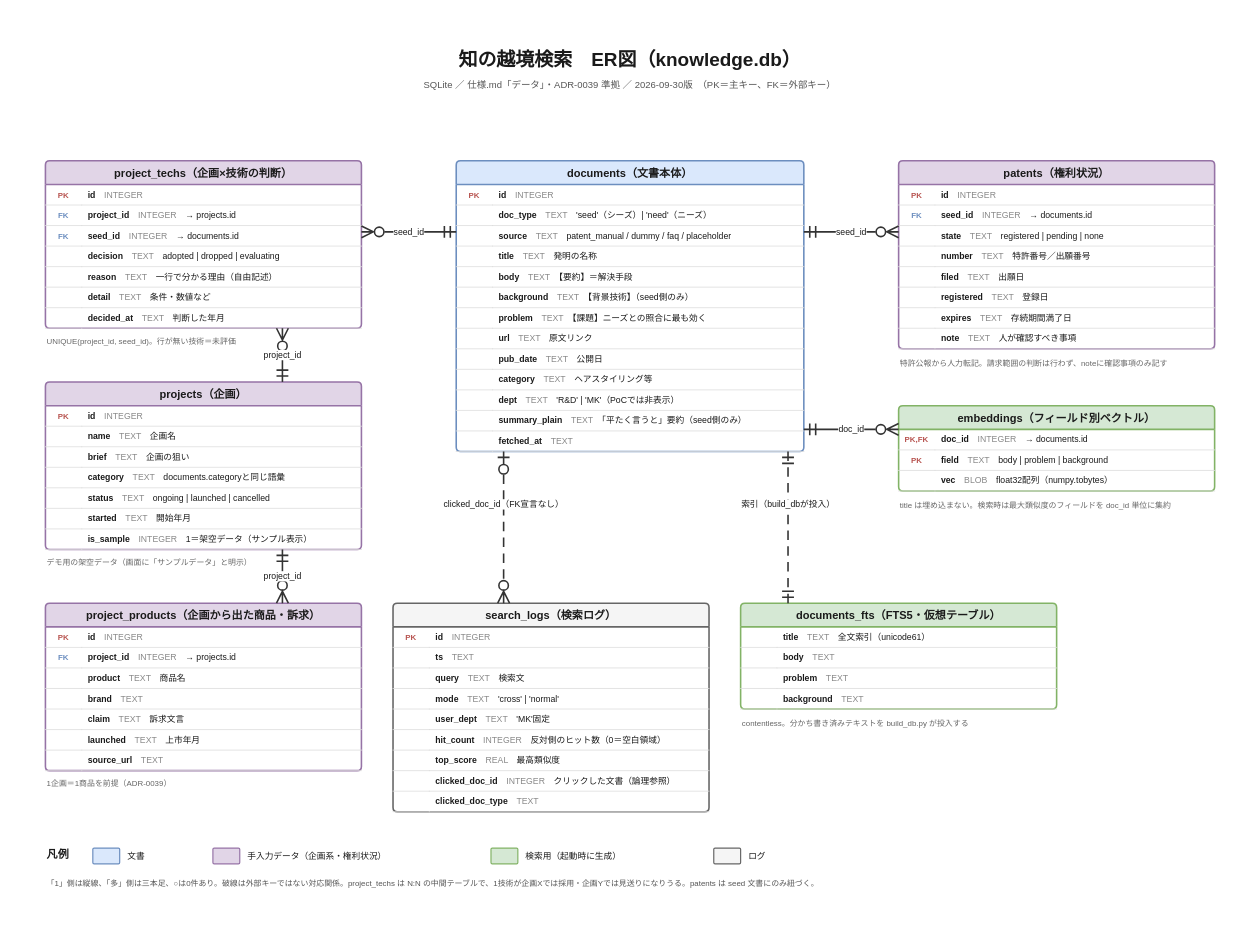
osamu-jake/GoodJoB keeps this draw.io diagram as docs/architecture/er.drawio. Above is the earlier version. Source tidied: cells renumbered, new cells numbered last; positions are measured from the earlier drawing's top-left corner, leaving out a move shared by most shapes. Both pictures are drawn from the tidied source at 79%, with x=0, y=0 at pixel (45, 45).
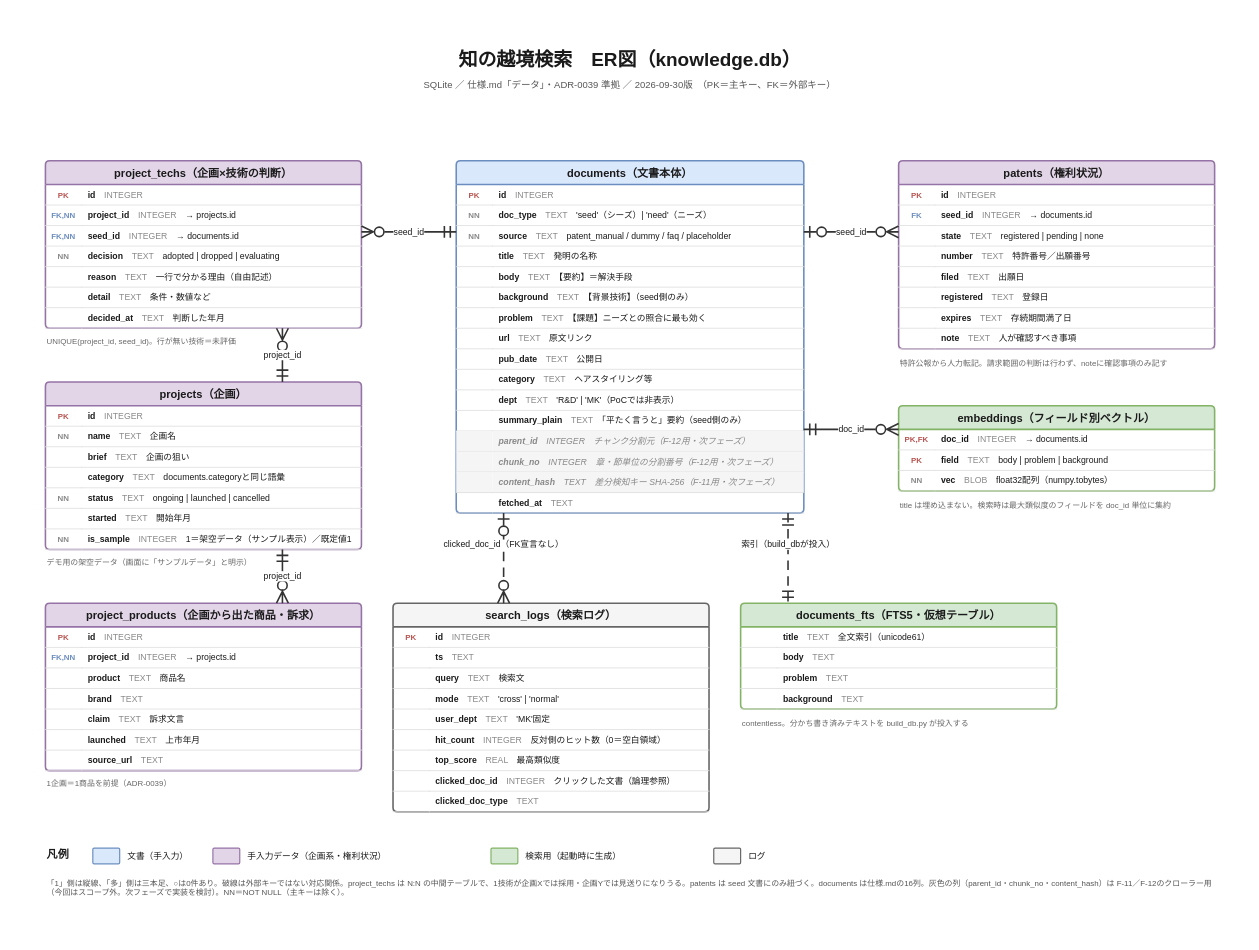
The same page after the edit.

Commit message (it also covers changes not shown here):
docs(infra): 構成図・ER図を「実装予定あり／今回スコープ外」の実線/破線に修正しレビュー指摘へ対応 (#11)

Unchanged cells that the change refers to:
```xml
<mxCell id="31" value="project_techs（企画×技術の判断）" style="swimlane;fontStyle=1;horizontal=1;startSize=30;fillColor=#E1D5E7;strokeColor=#9673A6;strokeWidth=2;fontFamily=Meiryo UI;fontSize=14;fontColor=#1A1A1A;swimlaneFillColor=#FFFFFF;rounded=1;arcSize=6;" parent="1" vertex="1">
  <mxGeometry y="146" width="400" height="212" as="geometry" />
</mxCell>
<mxCell id="46" value="projects（企画）" style="swimlane;fontStyle=1;horizontal=1;startSize=30;fillColor=#E1D5E7;strokeColor=#9673A6;strokeWidth=2;fontFamily=Meiryo UI;fontSize=14;fontColor=#1A1A1A;swimlaneFillColor=#FFFFFF;rounded=1;arcSize=6;" parent="1" vertex="1">
  <mxGeometry y="426" width="400" height="212" as="geometry" />
</mxCell>
<mxCell id="61" value="project_products（企画から出た商品・訴求）" style="swimlane;fontStyle=1;horizontal=1;startSize=30;fillColor=#E1D5E7;strokeColor=#9673A6;strokeWidth=2;fontFamily=Meiryo UI;fontSize=14;fontColor=#1A1A1A;swimlaneFillColor=#FFFFFF;rounded=1;arcSize=6;" parent="1" vertex="1">
  <mxGeometry y="706" width="400" height="212" as="geometry" />
</mxCell>
<mxCell id="76" value="patents（権利状況）" style="swimlane;fontStyle=1;horizontal=1;startSize=30;fillColor=#E1D5E7;strokeColor=#9673A6;strokeWidth=2;fontFamily=Meiryo UI;fontSize=14;fontColor=#1A1A1A;swimlaneFillColor=#FFFFFF;rounded=1;arcSize=6;" parent="1" vertex="1">
  <mxGeometry x="1080" y="146" width="400" height="238" as="geometry" />
</mxCell>
<mxCell id="93" value="embeddings（フィールド別ベクトル）" style="swimlane;fontStyle=1;horizontal=1;startSize=30;fillColor=#D5E8D4;strokeColor=#82B366;strokeWidth=2;fontFamily=Meiryo UI;fontSize=14;fontColor=#1A1A1A;swimlaneFillColor=#FFFFFF;rounded=1;arcSize=6;" parent="1" vertex="1">
  <mxGeometry x="1080" y="456" width="400" height="108" as="geometry" />
</mxCell>
```

The edit, as a diff of the source:
```diff
@@
+    <mxCell id="151" style="rounded=0;whiteSpace=wrap;html=1;fillColor=#FFFFFF;strokeColor=none;" parent="1" vertex="1">
+      <mxGeometry x="-40" y="-40" width="1560" height="1168" as="geometry" />
+    </mxCell>
@@
     <mxCell id="4" value="documents（文書本体）" style="swimlane;fontStyle=1;horizontal=1;startSize=30;fillColor=#DAE8FC;strokeColor=#6C8EBF;strokeWidth=2;fontFamily=Meiryo UI;fontSize=14;fontColor=#1A1A1A;swimlaneFillColor=#FFFFFF;rounded=1;arcSize=6;" parent="1" vertex="1">
-      <mxGeometry x="520" y="146" width="440" height="368" as="geometry" />
+      <mxGeometry x="520" y="146" width="440" height="446" as="geometry" />
     </mxCell>
@@
-    <mxCell id="7" style="shape=partialRectangle;top=0;left=0;right=0;bottom=1;fillColor=none;strokeColor=#DDDDDD;align=center;verticalAlign=middle;fontFamily=Meiryo UI;fontSize=10;fontStyle=1;fontColor=#888888;" parent="4" vertex="1">
+    <mxCell id="7" value="NN" style="shape=partialRectangle;top=0;left=0;right=0;bottom=1;fillColor=none;strokeColor=#DDDDDD;align=center;verticalAlign=middle;fontFamily=Meiryo UI;fontSize=10;fontStyle=1;fontColor=#888888;" parent="4" vertex="1">
       <mxGeometry y="56" width="46" height="26" as="geometry" />
     </mxCell>
@@
-    <mxCell id="9" style="shape=partialRectangle;top=0;left=0;right=0;bottom=1;fillColor=none;strokeColor=#DDDDDD;align=center;verticalAlign=middle;fontFamily=Meiryo UI;fontSize=10;fontStyle=1;fontColor=#888888;" parent="4" vertex="1">
+    <mxCell id="9" value="NN" style="shape=partialRectangle;top=0;left=0;right=0;bottom=1;fillColor=none;strokeColor=#DDDDDD;align=center;verticalAlign=middle;fontFamily=Meiryo UI;fontSize=10;fontStyle=1;fontColor=#888888;" parent="4" vertex="1">
       <mxGeometry y="82" width="46" height="26" as="geometry" />
     </mxCell>
@@
+    <mxCell id="152" style="shape=partialRectangle;top=0;left=0;right=0;bottom=1;fillColor=#F5F5F5;strokeColor=#DDDDDD;align=center;verticalAlign=middle;fontFamily=Meiryo UI;fontSize=10;fontStyle=1;fontColor=#888888;" parent="4" vertex="1">
+      <mxGeometry y="342" width="46" height="26" as="geometry" />
+    </mxCell>
+    <mxCell id="153" value="&lt;b&gt;parent_id&lt;/b&gt;　&lt;span style=&quot;color:#888888&quot;&gt;INTEGER&lt;/span&gt;　チャンク分割元（F-12用・次フェーズ）" style="shape=partialRectangle;top=0;left=0;right=0;bottom=1;fillColor=#F5F5F5;strokeColor=#DDDDDD;align=left;verticalAlign=middle;spacingLeft=6;html=1;whiteSpace=wrap;fontFamily=Meiryo UI;fontSize=11;fontStyle=2;fontColor=#888888;" parent="4" vertex="1">
+      <mxGeometry x="46" y="342" width="394" height="26" as="geometry" />
+    </mxCell>
+    <mxCell id="154" style="shape=partialRectangle;top=0;left=0;right=0;bottom=1;fillColor=#F5F5F5;strokeColor=#DDDDDD;align=center;verticalAlign=middle;fontFamily=Meiryo UI;fontSize=10;fontStyle=1;fontColor=#888888;" parent="4" vertex="1">
+      <mxGeometry y="368" width="46" height="26" as="geometry" />
+    </mxCell>
+    <mxCell id="155" value="&lt;b&gt;chunk_no&lt;/b&gt;　&lt;span style=&quot;color:#888888&quot;&gt;INTEGER&lt;/span&gt;　章・節単位の分割番号（F-12用・次フェーズ）" style="shape=partialRectangle;top=0;left=0;right=0;bottom=1;fillColor=#F5F5F5;strokeColor=#DDDDDD;align=left;verticalAlign=middle;spacingLeft=6;html=1;whiteSpace=wrap;fontFamily=Meiryo UI;fontSize=11;fontStyle=2;fontColor=#888888;" parent="4" vertex="1">
+      <mxGeometry x="46" y="368" width="394" height="26" as="geometry" />
+    </mxCell>
+    <mxCell id="156" style="shape=partialRectangle;top=0;left=0;right=0;bottom=1;fillColor=#F5F5F5;strokeColor=#DDDDDD;align=center;verticalAlign=middle;fontFamily=Meiryo UI;fontSize=10;fontStyle=1;fontColor=#888888;" parent="4" vertex="1">
+      <mxGeometry y="394" width="46" height="26" as="geometry" />
+    </mxCell>
+    <mxCell id="157" value="&lt;b&gt;content_hash&lt;/b&gt;　&lt;span style=&quot;color:#888888&quot;&gt;TEXT&lt;/span&gt;　差分検知キー SHA-256（F-11用・次フェーズ）" style="shape=partialRectangle;top=0;left=0;right=0;bottom=1;fillColor=#F5F5F5;strokeColor=#DDDDDD;align=left;verticalAlign=middle;spacingLeft=6;html=1;whiteSpace=wrap;fontFamily=Meiryo UI;fontSize=11;fontStyle=2;fontColor=#888888;" parent="4" vertex="1">
+      <mxGeometry x="46" y="394" width="394" height="26" as="geometry" />
+    </mxCell>
     <mxCell id="29" style="shape=partialRectangle;top=0;left=0;right=0;bottom=1;fillColor=none;strokeColor=#DDDDDD;align=center;verticalAlign=middle;fontFamily=Meiryo UI;fontSize=10;fontStyle=1;fontColor=#888888;" parent="4" vertex="1">
-      <mxGeometry y="342" width="46" height="26" as="geometry" />
+      <mxGeometry y="420" width="46" height="26" as="geometry" />
     </mxCell>
     <mxCell id="30" value="&lt;b&gt;fetched_at&lt;/b&gt;　&lt;span style=&quot;color:#888888&quot;&gt;TEXT&lt;/span&gt;" style="shape=partialRectangle;top=0;left=0;right=0;bottom=1;fillColor=none;strokeColor=#DDDDDD;align=left;verticalAlign=middle;spacingLeft=6;html=1;whiteSpace=wrap;fontFamily=Meiryo UI;fontSize=11;fontColor=#1A1A1A;" parent="4" vertex="1">
-      <mxGeometry x="46" y="342" width="394" height="26" as="geometry" />
+      <mxGeometry x="46" y="420" width="394" height="26" as="geometry" />
     </mxCell>
@@
-    <mxCell id="34" value="FK" style="shape=partialRectangle;top=0;left=0;right=0;bottom=1;fillColor=none;strokeColor=#DDDDDD;align=center;verticalAlign=middle;fontFamily=Meiryo UI;fontSize=10;fontStyle=1;fontColor=#6C8EBF;" parent="31" vertex="1">
+    <mxCell id="34" value="FK,NN" style="shape=partialRectangle;top=0;left=0;right=0;bottom=1;fillColor=none;strokeColor=#DDDDDD;align=center;verticalAlign=middle;fontFamily=Meiryo UI;fontSize=10;fontStyle=1;fontColor=#6C8EBF;" parent="31" vertex="1">
       <mxGeometry y="56" width="46" height="26" as="geometry" />
     </mxCell>
@@
-    <mxCell id="36" value="FK" style="shape=partialRectangle;top=0;left=0;right=0;bottom=1;fillColor=none;strokeColor=#DDDDDD;align=center;verticalAlign=middle;fontFamily=Meiryo UI;fontSize=10;fontStyle=1;fontColor=#6C8EBF;" parent="31" vertex="1">
+    <mxCell id="36" value="FK,NN" style="shape=partialRectangle;top=0;left=0;right=0;bottom=1;fillColor=none;strokeColor=#DDDDDD;align=center;verticalAlign=middle;fontFamily=Meiryo UI;fontSize=10;fontStyle=1;fontColor=#6C8EBF;" parent="31" vertex="1">
       <mxGeometry y="82" width="46" height="26" as="geometry" />
     </mxCell>
@@
-    <mxCell id="38" style="shape=partialRectangle;top=0;left=0;right=0;bottom=1;fillColor=none;strokeColor=#DDDDDD;align=center;verticalAlign=middle;fontFamily=Meiryo UI;fontSize=10;fontStyle=1;fontColor=#888888;" parent="31" vertex="1">
+    <mxCell id="38" value="NN" style="shape=partialRectangle;top=0;left=0;right=0;bottom=1;fillColor=none;strokeColor=#DDDDDD;align=center;verticalAlign=middle;fontFamily=Meiryo UI;fontSize=10;fontStyle=1;fontColor=#888888;" parent="31" vertex="1">
       <mxGeometry y="108" width="46" height="26" as="geometry" />
     </mxCell>
@@
-    <mxCell id="49" style="shape=partialRectangle;top=0;left=0;right=0;bottom=1;fillColor=none;strokeColor=#DDDDDD;align=center;verticalAlign=middle;fontFamily=Meiryo UI;fontSize=10;fontStyle=1;fontColor=#888888;" parent="46" vertex="1">
+    <mxCell id="49" value="NN" style="shape=partialRectangle;top=0;left=0;right=0;bottom=1;fillColor=none;strokeColor=#DDDDDD;align=center;verticalAlign=middle;fontFamily=Meiryo UI;fontSize=10;fontStyle=1;fontColor=#888888;" parent="46" vertex="1">
       <mxGeometry y="56" width="46" height="26" as="geometry" />
     </mxCell>
@@
-    <mxCell id="55" style="shape=partialRectangle;top=0;left=0;right=0;bottom=1;fillColor=none;strokeColor=#DDDDDD;align=center;verticalAlign=middle;fontFamily=Meiryo UI;fontSize=10;fontStyle=1;fontColor=#888888;" parent="46" vertex="1">
+    <mxCell id="55" value="NN" style="shape=partialRectangle;top=0;left=0;right=0;bottom=1;fillColor=none;strokeColor=#DDDDDD;align=center;verticalAlign=middle;fontFamily=Meiryo UI;fontSize=10;fontStyle=1;fontColor=#888888;" parent="46" vertex="1">
       <mxGeometry y="134" width="46" height="26" as="geometry" />
     </mxCell>
@@
-    <mxCell id="59" style="shape=partialRectangle;top=0;left=0;right=0;bottom=1;fillColor=none;strokeColor=#DDDDDD;align=center;verticalAlign=middle;fontFamily=Meiryo UI;fontSize=10;fontStyle=1;fontColor=#888888;" parent="46" vertex="1">
+    <mxCell id="59" value="NN" style="shape=partialRectangle;top=0;left=0;right=0;bottom=1;fillColor=none;strokeColor=#DDDDDD;align=center;verticalAlign=middle;fontFamily=Meiryo UI;fontSize=10;fontStyle=1;fontColor=#888888;" parent="46" vertex="1">
       <mxGeometry y="186" width="46" height="26" as="geometry" />
     </mxCell>
-    <mxCell id="60" value="&lt;b&gt;is_sample&lt;/b&gt;　&lt;span style=&quot;color:#888888&quot;&gt;INTEGER&lt;/span&gt;　1＝架空データ（サンプル表示）" style="shape=partialRectangle;top=0;left=0;right=0;bottom=1;fillColor=none;strokeColor=#DDDDDD;align=left;verticalAlign=middle;spacingLeft=6;html=1;whiteSpace=wrap;fontFamily=Meiryo UI;fontSize=11;fontColor=#1A1A1A;" parent="46" vertex="1">
+    <mxCell id="60" value="&lt;b&gt;is_sample&lt;/b&gt;　&lt;span style=&quot;color:#888888&quot;&gt;INTEGER&lt;/span&gt;　1＝架空データ（サンプル表示）／既定値1" style="shape=partialRectangle;top=0;left=0;right=0;bottom=1;fillColor=none;strokeColor=#DDDDDD;align=left;verticalAlign=middle;spacingLeft=6;html=1;whiteSpace=wrap;fontFamily=Meiryo UI;fontSize=11;fontColor=#1A1A1A;" parent="46" vertex="1">
       <mxGeometry x="46" y="186" width="354" height="26" as="geometry" />
     </mxCell>
@@
-    <mxCell id="64" value="FK" style="shape=partialRectangle;top=0;left=0;right=0;bottom=1;fillColor=none;strokeColor=#DDDDDD;align=center;verticalAlign=middle;fontFamily=Meiryo UI;fontSize=10;fontStyle=1;fontColor=#6C8EBF;" parent="61" vertex="1">
+    <mxCell id="64" value="FK,NN" style="shape=partialRectangle;top=0;left=0;right=0;bottom=1;fillColor=none;strokeColor=#DDDDDD;align=center;verticalAlign=middle;fontFamily=Meiryo UI;fontSize=10;fontStyle=1;fontColor=#6C8EBF;" parent="61" vertex="1">
       <mxGeometry y="56" width="46" height="26" as="geometry" />
     </mxCell>
@@
-    <mxCell id="98" style="shape=partialRectangle;top=0;left=0;right=0;bottom=1;fillColor=none;strokeColor=#DDDDDD;align=center;verticalAlign=middle;fontFamily=Meiryo UI;fontSize=10;fontStyle=1;fontColor=#888888;" parent="93" vertex="1">
+    <mxCell id="98" value="NN" style="shape=partialRectangle;top=0;left=0;right=0;bottom=1;fillColor=none;strokeColor=#DDDDDD;align=center;verticalAlign=middle;fontFamily=Meiryo UI;fontSize=10;fontStyle=1;fontColor=#888888;" parent="93" vertex="1">
       <mxGeometry y="82" width="46" height="26" as="geometry" />
     </mxCell>
@@
-    <mxCell id="134" value="seed_id" style="edgeStyle=orthogonalEdgeStyle;rounded=0;html=1;strokeWidth=2;strokeColor=#333333;startArrow=ERmandOne;startFill=0;endArrow=ERzeroToMany;endFill=0;startSize=12;endSize=12;fontFamily=Meiryo UI;fontSize=11;fontColor=#1A1A1A;labelBackgroundColor=#FFFFFF;exitX=0;exitY=0.24456521739130435;exitDx=0;exitDy=0;entryX=1;entryY=0.42452830188679247;entryDx=0;entryDy=0;" parent="1" edge="1" source="4" target="31">
+    <mxCell id="134" value="seed_id" style="edgeStyle=orthogonalEdgeStyle;rounded=0;html=1;strokeWidth=2;strokeColor=#333333;startArrow=ERmandOne;startFill=0;endArrow=ERzeroToMany;endFill=0;startSize=12;endSize=12;fontFamily=Meiryo UI;fontSize=11;fontColor=#1A1A1A;labelBackgroundColor=#FFFFFF;exitX=0;exitY=0.20179372197309417;exitDx=0;exitDy=0;entryX=1;entryY=0.42452830188679247;entryDx=0;entryDy=0;" parent="1" edge="1" source="4" target="31">
       <mxGeometry relative="1" as="geometry" />
     </mxCell>
@@
-    <mxCell id="137" value="seed_id" style="edgeStyle=orthogonalEdgeStyle;rounded=0;html=1;strokeWidth=2;strokeColor=#333333;startArrow=ERmandOne;startFill=0;endArrow=ERzeroToMany;endFill=0;startSize=12;endSize=12;fontFamily=Meiryo UI;fontSize=11;fontColor=#1A1A1A;labelBackgroundColor=#FFFFFF;exitX=1;exitY=0.24456521739130435;exitDx=0;exitDy=0;entryX=0;entryY=0.37815126050420167;entryDx=0;entryDy=0;" parent="1" edge="1" source="4" target="76">
+    <mxCell id="137" value="seed_id" style="edgeStyle=orthogonalEdgeStyle;rounded=0;html=1;strokeWidth=2;strokeColor=#333333;startArrow=ERzeroToOne;startFill=0;endArrow=ERzeroToMany;endFill=0;startSize=12;endSize=12;fontFamily=Meiryo UI;fontSize=11;fontColor=#1A1A1A;labelBackgroundColor=#FFFFFF;exitX=1;exitY=0.20179372197309417;exitDx=0;exitDy=0;entryX=0;entryY=0.37815126050420167;entryDx=0;entryDy=0;" parent="1" edge="1" source="4" target="76">
       <mxGeometry relative="1" as="geometry" />
     </mxCell>
-    <mxCell id="138" value="doc_id" style="edgeStyle=orthogonalEdgeStyle;rounded=0;html=1;strokeWidth=2;strokeColor=#333333;startArrow=ERmandOne;startFill=0;endArrow=ERzeroToMany;endFill=0;startSize=12;endSize=12;fontFamily=Meiryo UI;fontSize=11;fontColor=#1A1A1A;labelBackgroundColor=#FFFFFF;exitX=1;exitY=0.9239130434782609;exitDx=0;exitDy=0;entryX=0;entryY=0.2777777777777778;entryDx=0;entryDy=0;" parent="1" edge="1" source="4" target="93">
+    <mxCell id="138" value="doc_id" style="edgeStyle=orthogonalEdgeStyle;rounded=0;html=1;strokeWidth=2;strokeColor=#333333;startArrow=ERmandOne;startFill=0;endArrow=ERzeroToMany;endFill=0;startSize=12;endSize=12;fontFamily=Meiryo UI;fontSize=11;fontColor=#1A1A1A;labelBackgroundColor=#FFFFFF;exitX=1;exitY=0.7623318385650224;exitDx=0;exitDy=0;entryX=0;entryY=0.2777777777777778;entryDx=0;entryDy=0;" parent="1" edge="1" source="4" target="93">
       <mxGeometry relative="1" as="geometry" />
     </mxCell>
@@
-    <mxCell id="143" value="文書" style="text;html=1;whiteSpace=wrap;align=left;verticalAlign=middle;fontFamily=Meiryo UI;fontSize=11;fontColor=#1A1A1A;" parent="1" vertex="1">
+    <mxCell id="143" value="文書（手入力）" style="text;html=1;whiteSpace=wrap;align=left;verticalAlign=middle;fontFamily=Meiryo UI;fontSize=11;fontColor=#1A1A1A;" parent="1" vertex="1">
       <mxGeometry x="102" y="1014" width="90" height="24" as="geometry" />
     </mxCell>
@@
-    <mxCell id="150" value="「1」側は縦線、「多」側は三本足、○は0件あり。破線は外部キーではない対応関係。project_techs は N:N の中間テーブルで、1技術が企画Xでは採用・企画Yでは見送りになりうる。patents は seed 文書にのみ紐づく。" style="text;html=1;whiteSpace=wrap;align=left;verticalAlign=top;fontFamily=Meiryo UI;fontSize=10;fontColor=#555555;" parent="1" vertex="1">
+    <mxCell id="150" value="「1」側は縦線、「多」側は三本足、○は0件あり。破線は外部キーではない対応関係。project_techs は N:N の中間テーブルで、1技術が企画Xでは採用・企画Yでは見送りになりうる。patents は seed 文書にのみ紐づく。documents は仕様.mdの16列。灰色の列（parent_id・chunk_no・content_hash）は F-11／F-12のクローラー用（今回はスコープ外。次フェーズで実装を検討）。NN＝NOT NULL（主キーは除く）。" style="text;html=1;whiteSpace=wrap;align=left;verticalAlign=top;fontFamily=Meiryo UI;fontSize=10;fontColor=#555555;" parent="1" vertex="1">
       <mxGeometry y="1048" width="1480" height="40" as="geometry" />
     </mxCell>
```
